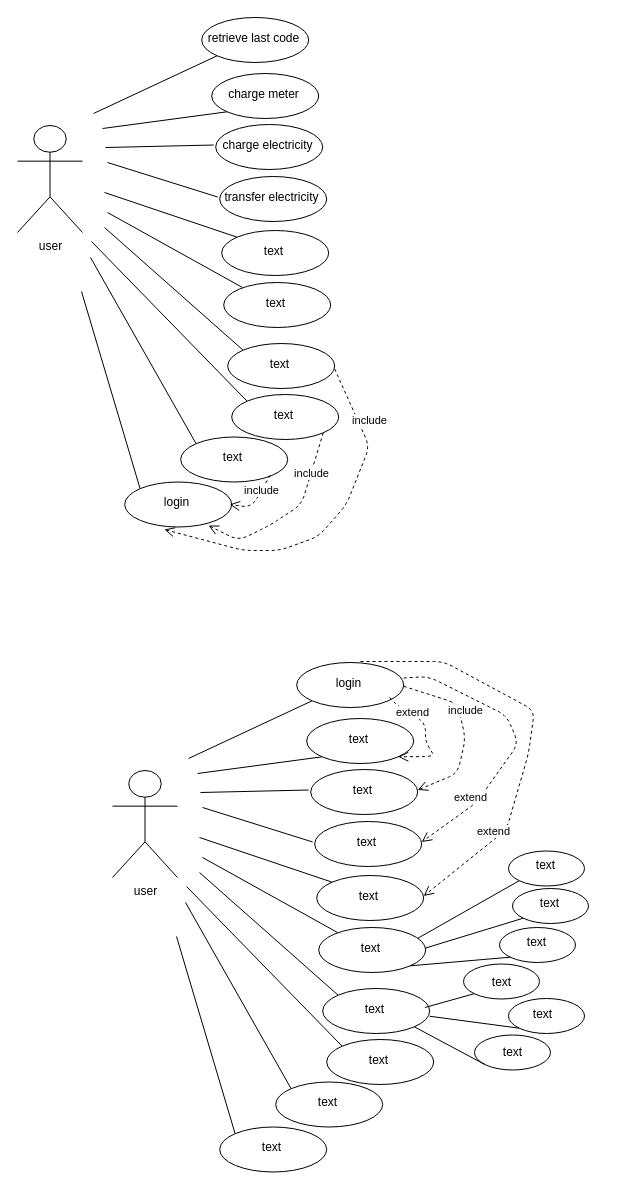
Above: Untitled Diagram (3).drawio in shamaabuhassan/Charts (draw.io), before the change. Source tidied: cells renumbered, new cells numbered last; positions are measured from the earlier drawing's top-left corner, leaving out a move shared by most shapes. Both pictures are drawn from the tidied source at 100%, with x=0, y=0 at pixel (17, 17).
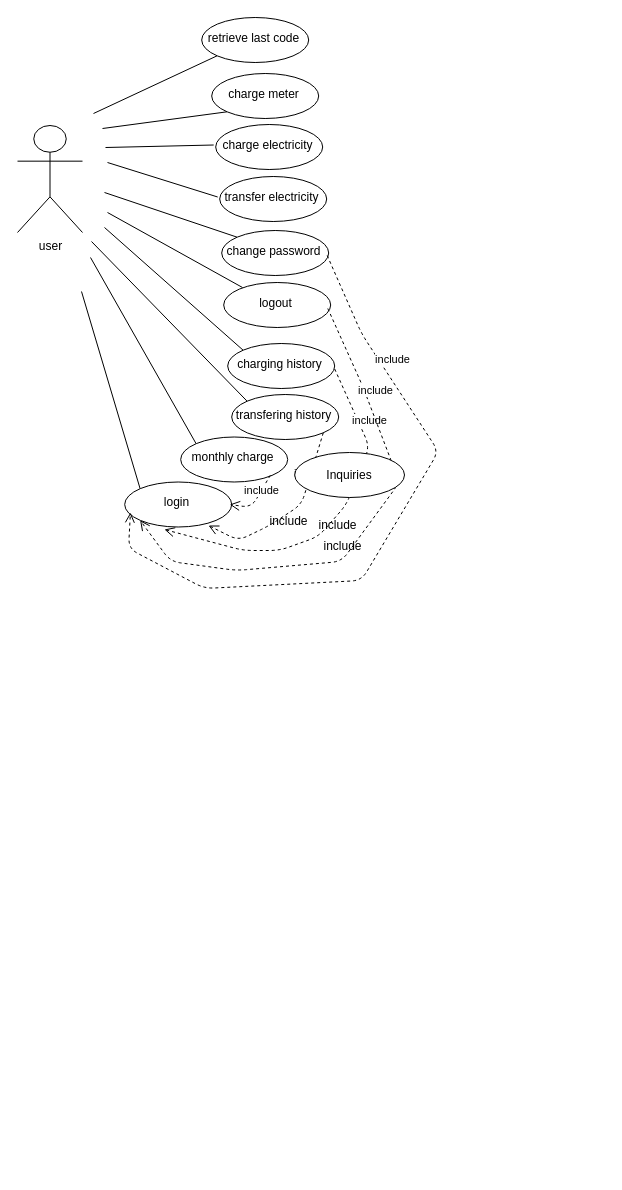
The same page after the edit.

The change refers to these unchanged cells:
```xml
<mxCell id="30" style="ellipse;whiteSpace=wrap;html=1;" parent="1" vertex="1">
  <mxGeometry x="107.2" y="464.5" width="107" height="45" as="geometry" />
</mxCell>
<mxCell id="31" value="login" style="text;html=1;strokeColor=none;fillColor=none;align=center;verticalAlign=middle;whiteSpace=wrap;rounded=0;" parent="1" vertex="1">
  <mxGeometry x="105.2" y="475" width="109" height="20" as="geometry" />
</mxCell>
```

Change to the diagram source:
```diff
@@
-    <mxCell id="16" value="text" style="text;html=1;strokeColor=none;fillColor=none;align=center;verticalAlign=middle;whiteSpace=wrap;rounded=0;" parent="1" vertex="1">
+    <mxCell id="16" value="change password" style="text;html=1;strokeColor=none;fillColor=none;align=center;verticalAlign=middle;whiteSpace=wrap;rounded=0;" parent="1" vertex="1">
       <mxGeometry x="202.2" y="223.5" width="109" height="20" as="geometry" />
     </mxCell>
@@
-    <mxCell id="19" value="text" style="text;html=1;strokeColor=none;fillColor=none;align=center;verticalAlign=middle;whiteSpace=wrap;rounded=0;" parent="1" vertex="1">
+    <mxCell id="19" value="logout" style="text;html=1;strokeColor=none;fillColor=none;align=center;verticalAlign=middle;whiteSpace=wrap;rounded=0;" parent="1" vertex="1">
       <mxGeometry x="204.2" y="275.5" width="109" height="20" as="geometry" />
     </mxCell>
@@
-    <mxCell id="22" value="text" style="text;html=1;strokeColor=none;fillColor=none;align=center;verticalAlign=middle;whiteSpace=wrap;rounded=0;" parent="1" vertex="1">
+    <mxCell id="22" value="charging history" style="text;html=1;strokeColor=none;fillColor=none;align=center;verticalAlign=middle;whiteSpace=wrap;rounded=0;" parent="1" vertex="1">
       <mxGeometry x="208.2" y="336.5" width="109" height="20" as="geometry" />
     </mxCell>
@@
-    <mxCell id="25" value="text" style="text;html=1;strokeColor=none;fillColor=none;align=center;verticalAlign=middle;whiteSpace=wrap;rounded=0;" parent="1" vertex="1">
+    <mxCell id="25" value="transfering history" style="text;html=1;strokeColor=none;fillColor=none;align=center;verticalAlign=middle;whiteSpace=wrap;rounded=0;" parent="1" vertex="1">
       <mxGeometry x="212.2" y="387.5" width="109" height="20" as="geometry" />
     </mxCell>
@@
-    <mxCell id="28" value="text" style="text;html=1;strokeColor=none;fillColor=none;align=center;verticalAlign=middle;whiteSpace=wrap;rounded=0;" parent="1" vertex="1">
+    <mxCell id="28" value="monthly charge" style="text;html=1;strokeColor=none;fillColor=none;align=center;verticalAlign=middle;whiteSpace=wrap;rounded=0;" parent="1" vertex="1">
       <mxGeometry x="161.2" y="430" width="109" height="20" as="geometry" />
     </mxCell>
@@
-    <mxCell id="36" value="user" style="shape=umlActor;verticalLabelPosition=bottom;labelBackgroundColor=#ffffff;verticalAlign=top;html=1;" parent="1" vertex="1">
-      <mxGeometry x="95" y="753" width="65" height="107" as="geometry" />
-    </mxCell>
-    <mxCell id="37" style="ellipse;whiteSpace=wrap;html=1;" parent="1" vertex="1">
-      <mxGeometry x="279.2" y="645" width="107" height="45" as="geometry" />
-    </mxCell>
-    <mxCell id="38" value="login" style="text;html=1;strokeColor=none;fillColor=none;align=center;verticalAlign=middle;whiteSpace=wrap;rounded=0;" parent="1" vertex="1">
-      <mxGeometry x="277.2" y="655.5" width="109" height="20" as="geometry" />
-    </mxCell>
-    <mxCell id="39" style="endArrow=none;html=1;entryX=0;entryY=1;entryDx=0;entryDy=0;" parent="1" edge="1" target="37">
-      <mxGeometry relative="1" as="geometry">
-        <mxPoint x="171" y="741" as="sourcePoint" />
-      </mxGeometry>
-    </mxCell>
-    <mxCell id="40" style="ellipse;whiteSpace=wrap;html=1;" parent="1" vertex="1">
-      <mxGeometry x="289.2" y="701" width="107" height="45" as="geometry" />
-    </mxCell>
-    <mxCell id="41" value="text" style="text;html=1;strokeColor=none;fillColor=none;align=center;verticalAlign=middle;whiteSpace=wrap;rounded=0;" parent="1" vertex="1">
-      <mxGeometry x="287.2" y="711.5" width="109" height="20" as="geometry" />
-    </mxCell>
-    <mxCell id="42" style="endArrow=none;html=1;entryX=0;entryY=1;entryDx=0;entryDy=0;" parent="1" edge="1" target="40">
-      <mxGeometry relative="1" as="geometry">
-        <mxPoint x="180" y="756" as="sourcePoint" />
-      </mxGeometry>
-    </mxCell>
-    <mxCell id="43" style="ellipse;whiteSpace=wrap;html=1;" parent="1" vertex="1">
-      <mxGeometry x="293.2" y="752" width="107" height="45" as="geometry" />
-    </mxCell>
-    <mxCell id="44" value="text" style="text;html=1;strokeColor=none;fillColor=none;align=center;verticalAlign=middle;whiteSpace=wrap;rounded=0;" parent="1" vertex="1">
-      <mxGeometry x="291.2" y="762.5" width="109" height="20" as="geometry" />
-    </mxCell>
-    <mxCell id="45" style="endArrow=none;html=1;entryX=0;entryY=0.5;entryDx=0;entryDy=0;" parent="1" edge="1" target="44">
-      <mxGeometry relative="1" as="geometry">
-        <mxPoint x="183" y="775" as="sourcePoint" />
-      </mxGeometry>
-    </mxCell>
-    <mxCell id="46" style="ellipse;whiteSpace=wrap;html=1;" parent="1" vertex="1">
-      <mxGeometry x="297.2" y="804" width="107" height="45" as="geometry" />
-    </mxCell>
-    <mxCell id="47" value="text" style="text;html=1;strokeColor=none;fillColor=none;align=center;verticalAlign=middle;whiteSpace=wrap;rounded=0;" parent="1" vertex="1">
-      <mxGeometry x="295.2" y="814.5" width="109" height="20" as="geometry" />
-    </mxCell>
-    <mxCell id="48" style="endArrow=none;html=1;entryX=0;entryY=0.5;entryDx=0;entryDy=0;" parent="1" edge="1" target="47">
-      <mxGeometry relative="1" as="geometry">
-        <mxPoint x="185" y="790" as="sourcePoint" />
-      </mxGeometry>
-    </mxCell>
-    <mxCell id="49" style="ellipse;whiteSpace=wrap;html=1;" parent="1" vertex="1">
-      <mxGeometry x="299.2" y="858" width="107" height="45" as="geometry" />
-    </mxCell>
-    <mxCell id="50" value="text" style="text;html=1;strokeColor=none;fillColor=none;align=center;verticalAlign=middle;whiteSpace=wrap;rounded=0;" parent="1" vertex="1">
-      <mxGeometry x="297.2" y="868.5" width="109" height="20" as="geometry" />
-    </mxCell>
-    <mxCell id="51" style="endArrow=none;html=1;entryX=0;entryY=0;entryDx=0;entryDy=0;" parent="1" edge="1" target="49">
-      <mxGeometry relative="1" as="geometry">
-        <mxPoint x="182" y="820" as="sourcePoint" />
-      </mxGeometry>
-    </mxCell>
-    <mxCell id="52" style="ellipse;whiteSpace=wrap;html=1;" parent="1" vertex="1">
-      <mxGeometry x="301.2" y="910" width="107" height="45" as="geometry" />
-    </mxCell>
-    <mxCell id="53" value="text" style="text;html=1;strokeColor=none;fillColor=none;align=center;verticalAlign=middle;whiteSpace=wrap;rounded=0;" parent="1" vertex="1">
-      <mxGeometry x="299.2" y="920.5" width="109" height="20" as="geometry" />
-    </mxCell>
-    <mxCell id="54" style="endArrow=none;html=1;" parent="1" edge="1">
-      <mxGeometry relative="1" as="geometry">
-        <mxPoint x="185" y="840" as="sourcePoint" />
-        <mxPoint x="320" y="915" as="targetPoint" />
-      </mxGeometry>
-    </mxCell>
-    <mxCell id="55" style="ellipse;whiteSpace=wrap;html=1;" parent="1" vertex="1">
-      <mxGeometry x="305.2" y="971" width="107" height="45" as="geometry" />
-    </mxCell>
-    <mxCell id="56" value="text" style="text;html=1;strokeColor=none;fillColor=none;align=center;verticalAlign=middle;whiteSpace=wrap;rounded=0;" parent="1" vertex="1">
-      <mxGeometry x="303.2" y="981.5" width="109" height="20" as="geometry" />
-    </mxCell>
-    <mxCell id="57" style="endArrow=none;html=1;entryX=0;entryY=0;entryDx=0;entryDy=0;" parent="1" edge="1" target="55">
-      <mxGeometry relative="1" as="geometry">
-        <mxPoint x="182" y="855" as="sourcePoint" />
-      </mxGeometry>
-    </mxCell>
-    <mxCell id="58" style="ellipse;whiteSpace=wrap;html=1;" parent="1" vertex="1">
-      <mxGeometry x="309.2" y="1022" width="107" height="45" as="geometry" />
-    </mxCell>
-    <mxCell id="59" value="text" style="text;html=1;strokeColor=none;fillColor=none;align=center;verticalAlign=middle;whiteSpace=wrap;rounded=0;" parent="1" vertex="1">
-      <mxGeometry x="307.2" y="1032.5" width="109" height="20" as="geometry" />
-    </mxCell>
-    <mxCell id="60" style="endArrow=none;html=1;entryX=0;entryY=0;entryDx=0;entryDy=0;" parent="1" edge="1" target="58">
-      <mxGeometry relative="1" as="geometry">
-        <mxPoint x="169" y="869" as="sourcePoint" />
-      </mxGeometry>
-    </mxCell>
-    <mxCell id="61" style="ellipse;whiteSpace=wrap;html=1;" parent="1" vertex="1">
-      <mxGeometry x="258.2" y="1064.5" width="107" height="45" as="geometry" />
-    </mxCell>
-    <mxCell id="62" value="text" style="text;html=1;strokeColor=none;fillColor=none;align=center;verticalAlign=middle;whiteSpace=wrap;rounded=0;" parent="1" vertex="1">
-      <mxGeometry x="256.2" y="1075" width="109" height="20" as="geometry" />
-    </mxCell>
-    <mxCell id="63" style="endArrow=none;html=1;entryX=0;entryY=0;entryDx=0;entryDy=0;" parent="1" edge="1" target="61">
-      <mxGeometry relative="1" as="geometry">
-        <mxPoint x="168" y="885" as="sourcePoint" />
-      </mxGeometry>
-    </mxCell>
-    <mxCell id="64" style="ellipse;whiteSpace=wrap;html=1;" parent="1" vertex="1">
-      <mxGeometry x="202.2" y="1109.5" width="107" height="45" as="geometry" />
-    </mxCell>
-    <mxCell id="65" value="text" style="text;html=1;strokeColor=none;fillColor=none;align=center;verticalAlign=middle;whiteSpace=wrap;rounded=0;" parent="1" vertex="1">
-      <mxGeometry x="200.2" y="1120" width="109" height="20" as="geometry" />
-    </mxCell>
-    <mxCell id="66" style="endArrow=none;html=1;entryX=0;entryY=0;entryDx=0;entryDy=0;" parent="1" edge="1" target="64">
-      <mxGeometry relative="1" as="geometry">
-        <mxPoint x="159" y="919" as="sourcePoint" />
-      </mxGeometry>
-    </mxCell>
-    <mxCell id="67" value="include" style="html=1;verticalAlign=bottom;endArrow=open;dashed=1;endSize=8;exitX=1;exitY=1;exitDx=0;exitDy=0;entryX=1;entryY=0.5;entryDx=0;entryDy=0;" parent="1" edge="1" target="44">
-      <mxGeometry x="-0.14" y="5" relative="1" as="geometry">
-        <mxPoint x="386.2" y="668.8" as="sourcePoint" />
-        <Array as="points">
-          <mxPoint x="440" y="686" />
-          <mxPoint x="448" y="721" />
-          <mxPoint x="440" y="756" />
-        </Array>
-        <mxPoint x="-1" as="offset" />
-      </mxGeometry>
-    </mxCell>
-    <mxCell id="68" value="extend" style="html=1;verticalAlign=bottom;endArrow=open;dashed=1;endSize=8;entryX=1;entryY=1;entryDx=0;entryDy=0;" parent="1" edge="1" target="40">
-      <mxGeometry x="-0.45" y="-6" relative="1" as="geometry">
-        <mxPoint x="372" y="680" as="sourcePoint" />
-        <Array as="points">
-          <mxPoint x="381" y="689" />
-          <mxPoint x="408" y="705" />
-          <mxPoint x="408" y="724" />
-          <mxPoint x="417" y="739" />
-        </Array>
-      </mxGeometry>
-    </mxCell>
-    <mxCell id="69" value="extend" style="html=1;verticalAlign=bottom;endArrow=open;dashed=1;endSize=8;exitX=1;exitY=0.25;exitDx=0;exitDy=0;entryX=1;entryY=0.5;entryDx=0;entryDy=0;" parent="1" edge="1" source="38" target="47">
-      <mxGeometry x="0.57" relative="1" as="geometry">
-        <Array as="points">
-          <mxPoint x="411" y="659" />
-          <mxPoint x="489" y="698" />
-          <mxPoint x="501" y="726" />
-          <mxPoint x="459" y="785" />
-        </Array>
-      </mxGeometry>
-    </mxCell>
-    <mxCell id="70" value="extend" style="html=1;verticalAlign=bottom;endArrow=open;dashed=1;endSize=8;entryX=1;entryY=0.5;entryDx=0;entryDy=0;" parent="1" edge="1" target="50">
-      <mxGeometry x="0.57" relative="1" as="geometry">
-        <mxPoint x="343" y="644" as="sourcePoint" />
-        <Array as="points">
-          <mxPoint x="426" y="644" />
-          <mxPoint x="517" y="693" />
-          <mxPoint x="511" y="736" />
-          <mxPoint x="489" y="812" />
-        </Array>
-      </mxGeometry>
-    </mxCell>
-    <mxCell id="71" style="ellipse;whiteSpace=wrap;html=1;" parent="1" vertex="1">
-      <mxGeometry x="491" y="833.5" width="76" height="35" as="geometry" />
-    </mxCell>
-    <mxCell id="72" value="text" style="text;html=1;strokeColor=none;fillColor=none;align=center;verticalAlign=middle;whiteSpace=wrap;rounded=0;" parent="1" vertex="1">
-      <mxGeometry x="474" y="838" width="109" height="20" as="geometry" />
-    </mxCell>
-    <mxCell id="73" style="endArrow=none;html=1;exitX=0.924;exitY=0.025;exitDx=0;exitDy=0;exitPerimeter=0;entryX=0;entryY=1;entryDx=0;entryDy=0;" parent="1" edge="1" source="53" target="71">
-      <mxGeometry relative="1" as="geometry" />
-    </mxCell>
-    <mxCell id="74" style="ellipse;whiteSpace=wrap;html=1;" parent="1" vertex="1">
-      <mxGeometry x="495" y="871" width="76" height="35" as="geometry" />
-    </mxCell>
-    <mxCell id="75" value="text" style="text;html=1;strokeColor=none;fillColor=none;align=center;verticalAlign=middle;whiteSpace=wrap;rounded=0;" parent="1" vertex="1">
-      <mxGeometry x="478" y="875.5" width="109" height="20" as="geometry" />
-    </mxCell>
-    <mxCell id="76" style="endArrow=none;html=1;exitX=1;exitY=0.5;exitDx=0;exitDy=0;entryX=0;entryY=1;entryDx=0;entryDy=0;" parent="1" edge="1" source="53" target="74">
-      <mxGeometry relative="1" as="geometry" />
-    </mxCell>
-    <mxCell id="77" style="ellipse;whiteSpace=wrap;html=1;" parent="1" vertex="1">
-      <mxGeometry x="482" y="910" width="76" height="35" as="geometry" />
-    </mxCell>
-    <mxCell id="78" value="text" style="text;html=1;strokeColor=none;fillColor=none;align=center;verticalAlign=middle;whiteSpace=wrap;rounded=0;" parent="1" vertex="1">
-      <mxGeometry x="465" y="914.5" width="109" height="20" as="geometry" />
-    </mxCell>
-    <mxCell id="79" style="endArrow=none;html=1;exitX=1;exitY=1;exitDx=0;exitDy=0;entryX=0;entryY=1;entryDx=0;entryDy=0;" parent="1" edge="1" source="52" target="77">
-      <mxGeometry relative="1" as="geometry" />
-    </mxCell>
-    <mxCell id="80" style="ellipse;whiteSpace=wrap;html=1;" parent="1" vertex="1">
-      <mxGeometry x="446" y="946.5" width="76" height="35" as="geometry" />
-    </mxCell>
-    <mxCell id="81" style="endArrow=none;html=1;exitX=0.924;exitY=0.025;exitDx=0;exitDy=0;exitPerimeter=0;entryX=0;entryY=1;entryDx=0;entryDy=0;" parent="1" edge="1" target="80">
-      <mxGeometry relative="1" as="geometry">
-        <mxPoint x="407.4" y="990" as="sourcePoint" />
-      </mxGeometry>
-    </mxCell>
-    <mxCell id="82" style="ellipse;whiteSpace=wrap;html=1;" parent="1" vertex="1">
-      <mxGeometry x="491" y="981" width="76" height="35" as="geometry" />
-    </mxCell>
-    <mxCell id="83" style="endArrow=none;html=1;entryX=0;entryY=1;entryDx=0;entryDy=0;" parent="1" edge="1" source="56" target="82">
-      <mxGeometry relative="1" as="geometry" />
-    </mxCell>
-    <mxCell id="84" style="ellipse;whiteSpace=wrap;html=1;" parent="1" vertex="1">
-      <mxGeometry x="457" y="1017.5" width="76" height="35" as="geometry" />
-    </mxCell>
-    <mxCell id="85" style="endArrow=none;html=1;exitX=1;exitY=1;exitDx=0;exitDy=0;entryX=0;entryY=1;entryDx=0;entryDy=0;" parent="1" edge="1" source="55" target="84">
-      <mxGeometry relative="1" as="geometry" />
-    </mxCell>
-    <mxCell id="86" value="text" style="text;html=1;strokeColor=none;fillColor=none;align=center;verticalAlign=middle;whiteSpace=wrap;rounded=0;" parent="1" vertex="1">
-      <mxGeometry x="429.5" y="955" width="109" height="20" as="geometry" />
-    </mxCell>
-    <mxCell id="87" value="text" style="text;html=1;strokeColor=none;fillColor=none;align=center;verticalAlign=middle;whiteSpace=wrap;rounded=0;" parent="1" vertex="1">
-      <mxGeometry x="471" y="987" width="109" height="20" as="geometry" />
-    </mxCell>
-    <mxCell id="88" value="text" style="text;html=1;strokeColor=none;fillColor=none;align=center;verticalAlign=middle;whiteSpace=wrap;rounded=0;" parent="1" vertex="1">
-      <mxGeometry x="440.5" y="1025" width="109" height="20" as="geometry" />
-    </mxCell>
+    <mxCell id="89" value="include" style="html=1;verticalAlign=bottom;endArrow=open;dashed=1;endSize=8;exitX=1;exitY=0.75;exitDx=0;exitDy=0;entryX=0;entryY=1;entryDx=0;entryDy=0;" parent="1" edge="1" target="30">
+      <mxGeometry x="-0.6" y="7" relative="1" as="geometry">
+        <mxPoint x="310.3" y="291" as="sourcePoint" />
+        <Array as="points">
+          <mxPoint x="345.1" y="368.5" />
+          <mxPoint x="382" y="465" />
+          <mxPoint x="324" y="544" />
+          <mxPoint x="219" y="553" />
+          <mxPoint x="153" y="544" />
+        </Array>
+      </mxGeometry>
+    </mxCell>
+    <mxCell id="90" value="include" style="html=1;verticalAlign=bottom;endArrow=open;dashed=1;endSize=8;exitX=1;exitY=0.75;exitDx=0;exitDy=0;entryX=0.071;entryY=1;entryDx=0;entryDy=0;entryPerimeter=0;" parent="1" edge="1" target="31">
+      <mxGeometry x="-0.6" y="7" relative="1" as="geometry">
+        <mxPoint x="309.7" y="238" as="sourcePoint" />
+        <Array as="points">
+          <mxPoint x="344" y="316" />
+          <mxPoint x="421" y="434" />
+          <mxPoint x="344" y="563" />
+          <mxPoint x="187" y="571" />
+          <mxPoint x="111" y="531" />
+        </Array>
+      </mxGeometry>
+    </mxCell>
+    <mxCell id="91" value="Inquiries" style="ellipse;whiteSpace=wrap;html=1;" parent="1" vertex="1">
+      <mxGeometry x="277.2" y="435" width="109.8" height="45" as="geometry" />
+    </mxCell>
+    <mxCell id="92" value="include" style="text;html=1;align=center;verticalAlign=middle;" parent="1" vertex="1">
+      <mxGeometry x="301.2" y="520" width="48" height="18" as="geometry" />
+    </mxCell>
+    <mxCell id="93" value="include" style="text;html=1;align=center;verticalAlign=middle;" parent="1" vertex="1">
+      <mxGeometry x="296" y="499" width="48" height="18" as="geometry" />
+    </mxCell>
+    <mxCell id="94" value="include" style="text;html=1;align=center;verticalAlign=middle;" parent="1" vertex="1">
+      <mxGeometry x="247.2" y="495" width="48" height="18" as="geometry" />
+    </mxCell>
```
